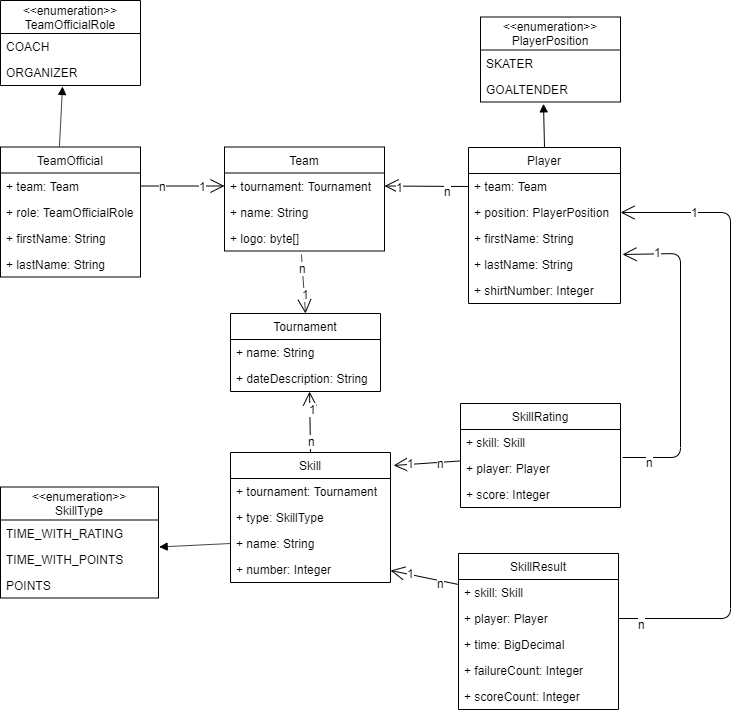
Above: documentation/ysg-manager_class-diagram.png in lukas99/ysg-manager (draw.io), before the change. Source tidied: cells renumbered, new cells last; positions are measured from the earlier drawing's top-left corner, leaving out a move shared by most shapes.
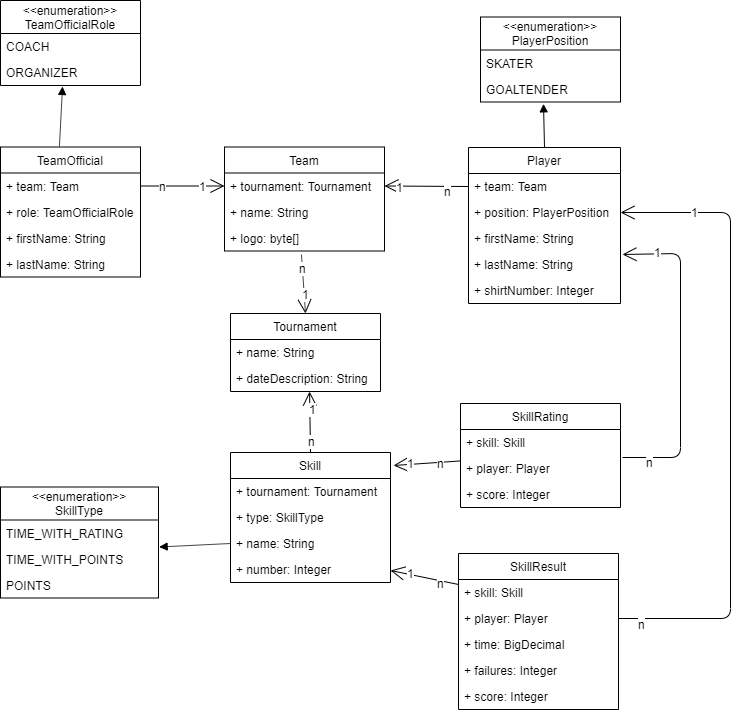
Above is the later version.

Commit message:
renamed attributes of SkillResult

Change to the diagram source:
```diff
@@ -114,10 +114,10 @@
     <mxCell id="37" value="+ time: BigDecimal" style="text;strokeColor=none;fillColor=none;align=left;verticalAlign=top;spacingLeft=4;spacingRight=4;overflow=hidden;" parent="34" vertex="1">
       <mxGeometry y="78" width="160" height="26" as="geometry" />
     </mxCell>
-    <mxCell id="38" value="+ failureCount: Integer" style="text;strokeColor=none;fillColor=none;align=left;verticalAlign=top;spacingLeft=4;spacingRight=4;overflow=hidden;" parent="34" vertex="1">
+    <mxCell id="38" value="+ failures: Integer" style="text;strokeColor=none;fillColor=none;align=left;verticalAlign=top;spacingLeft=4;spacingRight=4;overflow=hidden;" parent="34" vertex="1">
       <mxGeometry y="104" width="160" height="26" as="geometry" />
     </mxCell>
-    <mxCell id="39" value="+ scoreCount: Integer" style="text;strokeColor=none;fillColor=none;align=left;verticalAlign=top;spacingLeft=4;spacingRight=4;overflow=hidden;" parent="34" vertex="1">
+    <mxCell id="39" value="+ score: Integer" style="text;strokeColor=none;fillColor=none;align=left;verticalAlign=top;spacingLeft=4;spacingRight=4;overflow=hidden;" parent="34" vertex="1">
       <mxGeometry y="130" width="160" height="26" as="geometry" />
     </mxCell>
     <mxCell id="40" value="SkillRating" style="swimlane;fontStyle=0;horizontal=1;startSize=26;fillColor=none;" parent="1" vertex="1">
```
